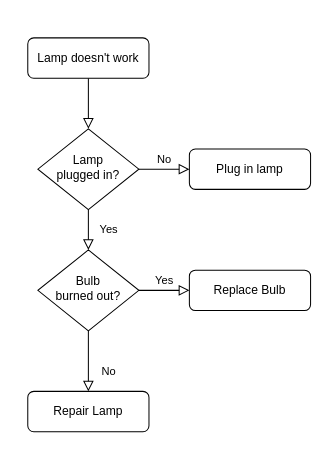
Earlier version of the draw.io diagram Untitled Diagram.drawio (qksl22/Wanna). Source tidied: cells renumbered, new cells numbered last; positions are measured from the earlier drawing's top-left corner, leaving out a move shared by most shapes. Both pictures are drawn from the tidied source at 101%, with x=0, y=0 at pixel (27, 37).
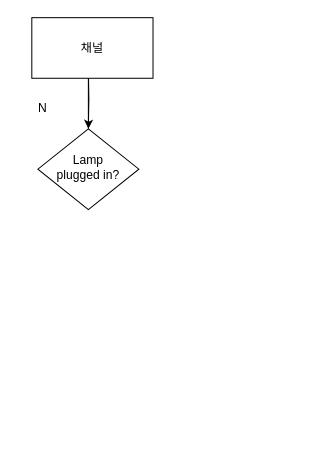
The same diagram, later.

Diff of the diagram source:
```diff
@@
 <mxGraphModel>
   <root>
     <mxCell id="0" />
     <mxCell id="1" parent="0" />
-    <mxCell id="2" style="rounded=0;html=1;jettySize=auto;fontSize=11;endArrow=block;endFill=0;endSize=8;strokeWidth=1;shadow=0;labelBackgroundColor=none;edgeStyle=orthogonalEdgeStyle;" parent="1" edge="1" source="3" target="6">
-      <mxGeometry relative="1" as="geometry" />
-    </mxCell>
-    <mxCell id="3" value="Lamp doesn't work" style="rounded=1;whiteSpace=wrap;html=1;fontSize=12;glass=0;strokeWidth=1;shadow=0;" parent="1" vertex="1">
-      <mxGeometry width="120" height="40" as="geometry" />
-    </mxCell>
-    <mxCell id="4" value="Yes" style="rounded=0;html=1;jettySize=auto;fontSize=11;endArrow=block;endFill=0;endSize=8;strokeWidth=1;shadow=0;labelBackgroundColor=none;edgeStyle=orthogonalEdgeStyle;" parent="1" edge="1" source="6" target="10">
-      <mxGeometry y="20" relative="1" as="geometry" />
-    </mxCell>
-    <mxCell id="5" value="No" style="edgeStyle=orthogonalEdgeStyle;rounded=0;html=1;jettySize=auto;fontSize=11;endArrow=block;endFill=0;endSize=8;strokeWidth=1;shadow=0;labelBackgroundColor=none;" parent="1" edge="1" source="6" target="7">
-      <mxGeometry y="10" relative="1" as="geometry" />
-    </mxCell>
     <mxCell id="6" value="Lamp&lt;br&gt;plugged in?" style="rhombus;whiteSpace=wrap;html=1;shadow=0;fontFamily=Helvetica;fontSize=12;align=center;strokeWidth=1;spacing=6;spacingTop=-4;" parent="1" vertex="1">
       <mxGeometry x="10" y="90" width="100" height="80" as="geometry" />
     </mxCell>
-    <mxCell id="7" value="Plug in lamp" style="rounded=1;whiteSpace=wrap;html=1;fontSize=12;glass=0;strokeWidth=1;shadow=0;" parent="1" vertex="1">
-      <mxGeometry x="160" y="110" width="120" height="40" as="geometry" />
-    </mxCell>
-    <mxCell id="8" value="No" style="rounded=0;html=1;jettySize=auto;fontSize=11;endArrow=block;endFill=0;endSize=8;strokeWidth=1;shadow=0;labelBackgroundColor=none;edgeStyle=orthogonalEdgeStyle;" parent="1" edge="1" source="10" target="11">
-      <mxGeometry x="0.33" y="20" relative="1" as="geometry" />
-    </mxCell>
-    <mxCell id="9" value="Yes" style="edgeStyle=orthogonalEdgeStyle;rounded=0;html=1;jettySize=auto;fontSize=11;endArrow=block;endFill=0;endSize=8;strokeWidth=1;shadow=0;labelBackgroundColor=none;" parent="1" edge="1" source="10" target="12">
-      <mxGeometry y="10" relative="1" as="geometry" />
-    </mxCell>
-    <mxCell id="10" value="Bulb&lt;br&gt;burned out?" style="rhombus;whiteSpace=wrap;html=1;shadow=0;fontFamily=Helvetica;fontSize=12;align=center;strokeWidth=1;spacing=6;spacingTop=-4;" parent="1" vertex="1">
-      <mxGeometry x="10" y="210" width="100" height="80" as="geometry" />
-    </mxCell>
-    <mxCell id="11" value="Repair Lamp" style="rounded=1;whiteSpace=wrap;html=1;fontSize=12;glass=0;strokeWidth=1;shadow=0;" parent="1" vertex="1">
-      <mxGeometry y="350" width="120" height="40" as="geometry" />
-    </mxCell>
-    <mxCell id="12" value="Replace Bulb" style="rounded=1;whiteSpace=wrap;html=1;fontSize=12;glass=0;strokeWidth=1;shadow=0;" parent="1" vertex="1">
-      <mxGeometry x="160" y="230" width="120" height="40" as="geometry" />
-    </mxCell>
+    <mxCell id="13" style="endArrow=none;html=1;rounded=0;entryX=0.5;entryY=1;entryDx=0;entryDy=0;" parent="1" edge="1" source="6">
+      <mxGeometry relative="1" as="geometry">
+        <mxPoint x="60" y="40" as="targetPoint" />
+      </mxGeometry>
+    </mxCell>
+    <mxCell id="14" value="N" style="text;html=1;strokeColor=none;fillColor=none;align=center;verticalAlign=middle;whiteSpace=wrap;rounded=0;" parent="1" vertex="1">
+      <mxGeometry x="-10" y="60" width="50" height="20" as="geometry" />
+    </mxCell>
+    <mxCell id="15" style="edgeStyle=orthogonalEdgeStyle;rounded=0;jettySize=auto;html=1;" parent="1" edge="1" target="6">
+      <mxGeometry relative="1" as="geometry">
+        <mxPoint x="60" y="30" as="sourcePoint" />
+      </mxGeometry>
+    </mxCell>
+    <mxCell id="16" value="채널" style="rounded=0;whiteSpace=wrap;html=1;" parent="1" vertex="1">
+      <mxGeometry x="4" y="-20" width="120" height="60" as="geometry" />
+    </mxCell>
   </root>
 </mxGraphModel>
```
